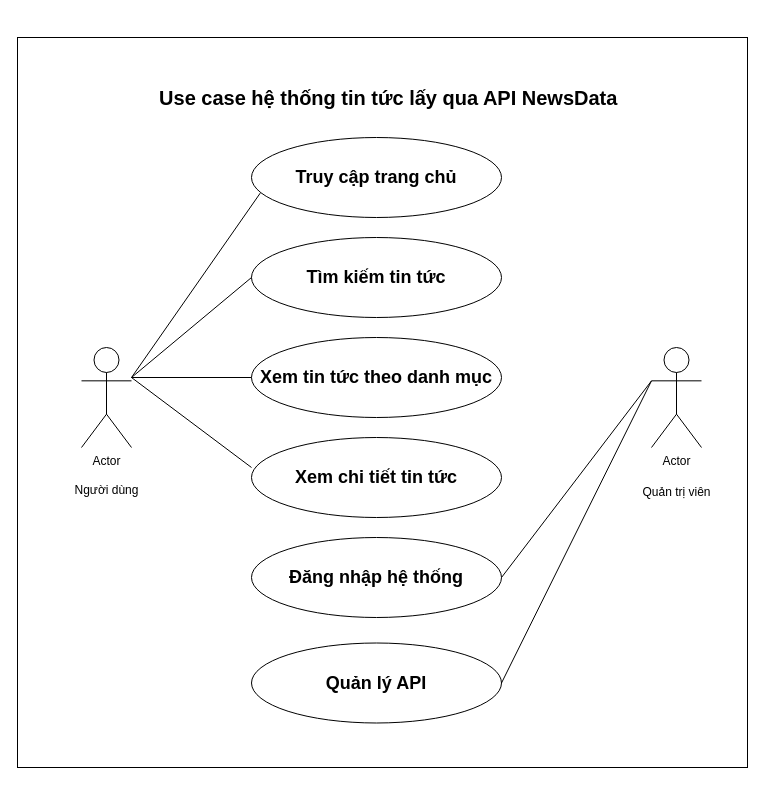
Above: Biểu đồ không có tiêu đề.drawio in minhtienth15/mynote (draw.io), before the change. Source tidied: cells renumbered, new cells numbered last; positions are measured from the earlier drawing's top-left corner, leaving out a move shared by most shapes. Both pictures are drawn from the tidied source at 100%, with x=0, y=0 at pixel (17, 37).
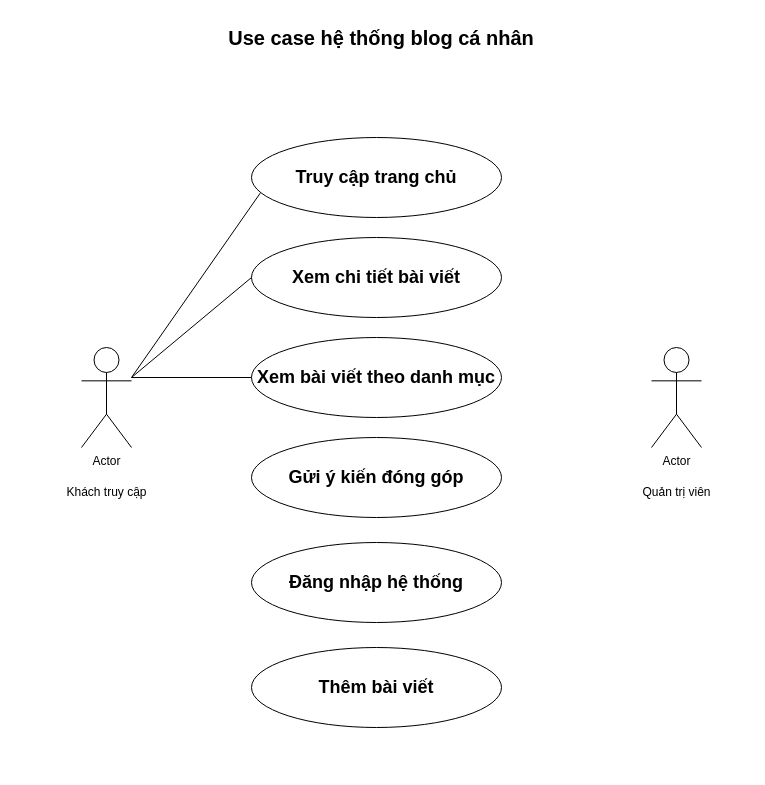
The same page after the edit.

Commit message:
Cập nhật Biểu đồ không có tiêu đề.drawio

Unchanged cells that the change refers to:
```xml
<mxCell id="10" value="Actor" style="shape=umlActor;verticalLabelPosition=bottom;verticalAlign=top;html=1;outlineConnect=0;" parent="1" vertex="1">
  <mxGeometry x="634" y="310" width="50" height="100" as="geometry" />
</mxCell>
```

Diff of the diagram source:
```diff
@@
-    <mxCell id="4" value="&lt;h2&gt;Tìm kiếm tin tức&lt;/h2&gt;" style="ellipse;whiteSpace=wrap;html=1;" parent="1" vertex="1">
+    <mxCell id="4" value="&lt;h2&gt;Xem chi tiết bài viết&lt;/h2&gt;" style="ellipse;whiteSpace=wrap;html=1;" parent="1" vertex="1">
       <mxGeometry x="234" y="200" width="250" height="80" as="geometry" />
     </mxCell>
-    <mxCell id="5" value="&lt;h2&gt;Xem tin tức theo danh mục&lt;/h2&gt;" style="ellipse;whiteSpace=wrap;html=1;" parent="1" vertex="1">
+    <mxCell id="5" value="&lt;h2&gt;Xem bài viết theo danh mục&lt;/h2&gt;" style="ellipse;whiteSpace=wrap;html=1;" parent="1" vertex="1">
       <mxGeometry x="234" y="300" width="250" height="80" as="geometry" />
     </mxCell>
-    <mxCell id="6" value="&lt;h2&gt;Xem chi tiết tin tức&lt;/h2&gt;" style="ellipse;whiteSpace=wrap;html=1;" parent="1" vertex="1">
-      <mxGeometry x="234" y="400" width="250" height="80" as="geometry" />
-    </mxCell>
     <mxCell id="7" value="&lt;h2&gt;Đăng nhập hệ thống&lt;/h2&gt;" style="ellipse;whiteSpace=wrap;html=1;" parent="1" vertex="1">
-      <mxGeometry x="234" y="500" width="250" height="80" as="geometry" />
+      <mxGeometry x="234" y="505" width="250" height="80" as="geometry" />
     </mxCell>
-    <mxCell id="8" value="&lt;h2&gt;Quản lý API&lt;/h2&gt;" style="ellipse;whiteSpace=wrap;html=1;" parent="1" vertex="1">
-      <mxGeometry x="234" y="605.5" width="250" height="80" as="geometry" />
+    <mxCell id="8" value="&lt;h2&gt;Thêm bài viết&lt;/h2&gt;" style="ellipse;whiteSpace=wrap;html=1;" parent="1" vertex="1">
+      <mxGeometry x="234" y="610" width="250" height="80" as="geometry" />
     </mxCell>
-    <mxCell id="9" value="Người dùng&lt;div&gt;&lt;br&gt;&lt;/div&gt;" style="text;html=1;align=center;verticalAlign=middle;strokeColor=none;fillColor=none;" parent="1" vertex="1">
-      <mxGeometry x="44" y="440" width="90" height="40" as="geometry" />
+    <mxCell id="9" value="&lt;div&gt;Khách truy cập&lt;/div&gt;" style="text;html=1;align=center;verticalAlign=middle;strokeColor=none;fillColor=none;" parent="1" vertex="1">
+      <mxGeometry x="39" y="440" width="100" height="30" as="geometry" />
     </mxCell>
@@
-    <mxCell id="15" style="endArrow=none;html=1;rounded=0;entryX=0;entryY=0.375;entryDx=0;entryDy=0;entryPerimeter=0;" parent="1" edge="1" target="6">
-      <mxGeometry relative="1" as="geometry">
-        <mxPoint x="114" y="340" as="sourcePoint" />
-      </mxGeometry>
-    </mxCell>
-    <mxCell id="16" style="endArrow=none;html=1;rounded=0;entryX=1;entryY=0.5;entryDx=0;entryDy=0;exitX=0;exitY=0.3333333333333333;exitDx=0;exitDy=0;exitPerimeter=0;" parent="1" edge="1" source="10" target="7">
-      <mxGeometry relative="1" as="geometry" />
-    </mxCell>
-    <mxCell id="17" style="endArrow=none;html=1;rounded=0;entryX=1;entryY=0.5;entryDx=0;entryDy=0;exitX=0;exitY=0.3333333333333333;exitDx=0;exitDy=0;exitPerimeter=0;" parent="1" edge="1" source="10" target="8">
-      <mxGeometry relative="1" as="geometry" />
-    </mxCell>
-    <mxCell id="18" style="rounded=0;whiteSpace=wrap;html=1;fillColor=none;" parent="1" vertex="1">
-      <mxGeometry width="730" height="730" as="geometry" />
-    </mxCell>
-    <mxCell id="19" value="&lt;b&gt;Use case hệ thống tin tức lấy qua API NewsData&amp;nbsp;&lt;/b&gt;" style="text;html=1;align=center;verticalAlign=middle;whiteSpace=wrap;rounded=0;fontSize=20;" parent="1" vertex="1">
-      <mxGeometry x="54" y="40" width="640" height="40" as="geometry" />
+    <mxCell id="19" value="&lt;b&gt;Use case hệ thống blog cá nhân&lt;/b&gt;" style="text;html=1;align=center;verticalAlign=middle;whiteSpace=wrap;rounded=0;fontSize=20;" parent="1" vertex="1">
+      <mxGeometry x="44" y="-20" width="640" height="40" as="geometry" />
     </mxCell>
+    <mxCell id="20" value="&lt;h2&gt;Gửi ý kiến đóng góp&lt;/h2&gt;" style="ellipse;whiteSpace=wrap;html=1;" parent="1" vertex="1">
+      <mxGeometry x="234" y="400" width="250" height="80" as="geometry" />
+    </mxCell>
```
